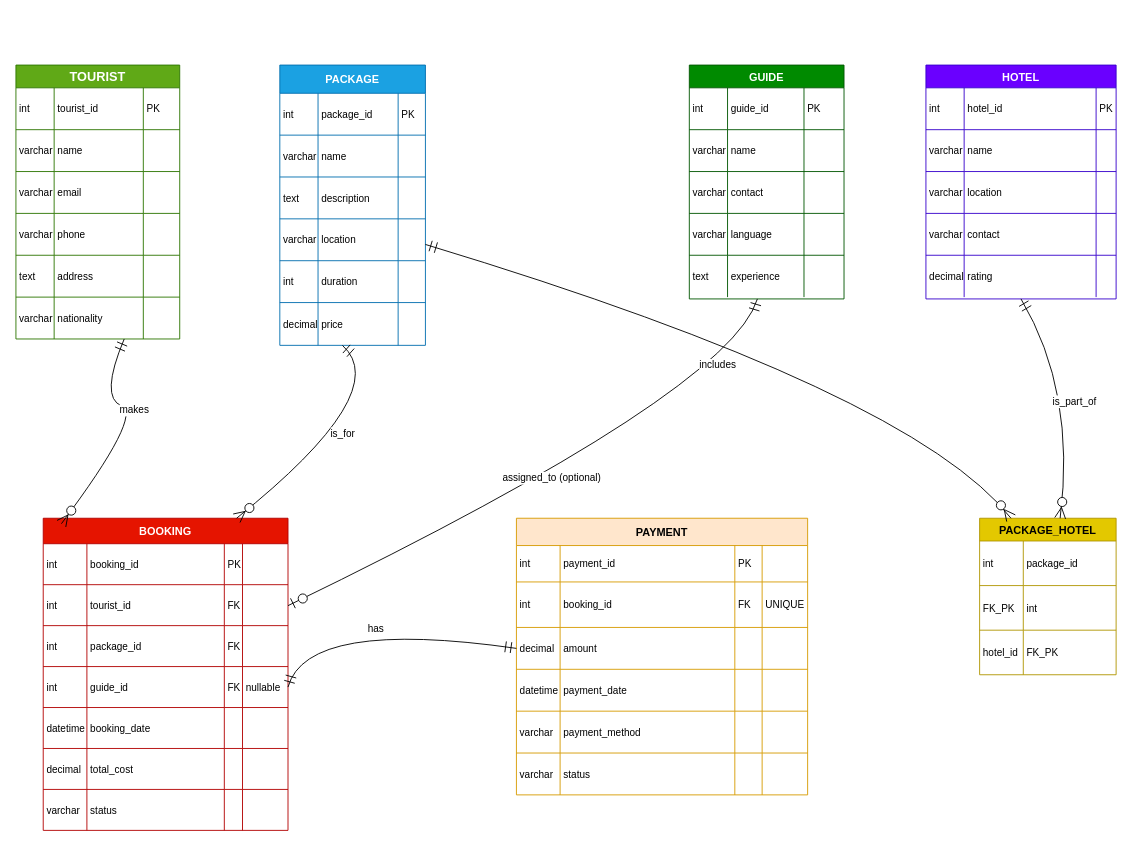
Above: JAVA-PROJECT-main/com/tourism/ER_Diagram.drawio in AlazarNega-eng/JAVA-PROJECT (draw.io), before the change. Source tidied: cells renumbered, new cells numbered last; positions are measured from the earlier drawing's top-left corner, leaving out a move shared by most shapes. Both pictures are drawn from the tidied source at 91%, with x=0, y=0 at pixel (15, 65).
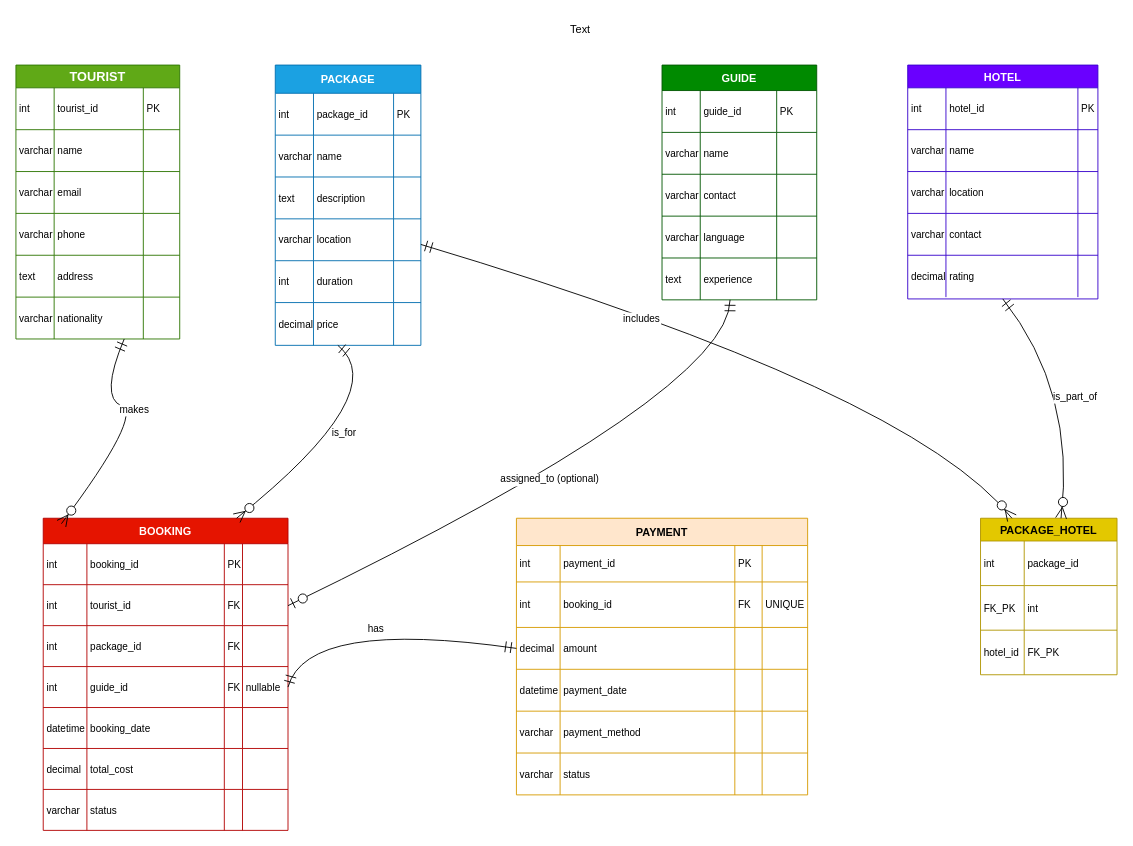
Above is the later version.

The edit, as a diff of the source:
```diff
@@
     <mxCell id="27" value="PACKAGE" style="shape=table;startSize=31;childLayout=tableLayout;rowLines=1;fontStyle=1;align=center;fillColor=#1ba1e2;fontColor=#ffffff;strokeColor=#006EAF;" parent="1" vertex="1">
-      <mxGeometry x="290" width="160" height="308" as="geometry" />
+      <mxGeometry x="285" width="160" height="308" as="geometry" />
     </mxCell>
@@
-    <mxCell id="52" value="GUIDE" style="shape=table;startSize=25;childLayout=tableLayout;rowLines=1;fontStyle=1;align=center;fillColor=#008a00;fontColor=#ffffff;strokeColor=#005700;" parent="1" vertex="1">
-      <mxGeometry x="740" width="170" height="257" as="geometry" />
+    <mxCell id="52" value="GUIDE" style="shape=table;startSize=28;childLayout=tableLayout;rowLines=1;fontStyle=1;align=center;fillColor=#008a00;fontColor=#ffffff;strokeColor=#005700;" parent="1" vertex="1">
+      <mxGeometry x="710" width="170" height="258" as="geometry" />
     </mxCell>
     <mxCell id="53" style="shape=tableRow;horizontal=0;startSize=0;swimlaneHead=0;swimlaneBody=0;fillColor=none;top=0;left=0;right=0;bottom=0;" parent="52" vertex="1">
-      <mxGeometry y="25" width="170" height="46" as="geometry" />
+      <mxGeometry y="28" width="170" height="46" as="geometry" />
     </mxCell>
@@
     <mxCell id="57" style="shape=tableRow;horizontal=0;startSize=0;swimlaneHead=0;swimlaneBody=0;fillColor=none;top=0;left=0;right=0;bottom=0;" parent="52" vertex="1">
-      <mxGeometry y="71" width="170" height="46" as="geometry" />
+      <mxGeometry y="74" width="170" height="46" as="geometry" />
     </mxCell>
@@
     <mxCell id="61" style="shape=tableRow;horizontal=0;startSize=0;swimlaneHead=0;swimlaneBody=0;fillColor=none;top=0;left=0;right=0;bottom=0;" parent="52" vertex="1">
-      <mxGeometry y="117" width="170" height="46" as="geometry" />
+      <mxGeometry y="120" width="170" height="46" as="geometry" />
     </mxCell>
@@
     <mxCell id="65" style="shape=tableRow;horizontal=0;startSize=0;swimlaneHead=0;swimlaneBody=0;fillColor=none;top=0;left=0;right=0;bottom=0;" parent="52" vertex="1">
-      <mxGeometry y="163" width="170" height="46" as="geometry" />
+      <mxGeometry y="166" width="170" height="46" as="geometry" />
     </mxCell>
@@
     <mxCell id="69" style="shape=tableRow;horizontal=0;startSize=0;swimlaneHead=0;swimlaneBody=0;fillColor=none;top=0;left=0;right=0;bottom=0;" parent="52" vertex="1">
-      <mxGeometry y="209" width="170" height="46" as="geometry" />
+      <mxGeometry y="212" width="170" height="46" as="geometry" />
     </mxCell>
@@
     <mxCell id="73" value="HOTEL" style="shape=table;startSize=25;childLayout=tableLayout;rowLines=1;fontStyle=1;align=center;fillColor=#6a00ff;fontColor=#ffffff;strokeColor=#3700CC;" parent="1" vertex="1">
-      <mxGeometry x="1000" width="209" height="257" as="geometry" />
+      <mxGeometry x="980" width="209" height="257" as="geometry" />
     </mxCell>
@@
     <mxCell id="161" value="PACKAGE_HOTEL" style="shape=table;startSize=25;childLayout=tableLayout;rowLines=1;fontStyle=1;align=center;fillColor=#e3c800;fontColor=#000000;strokeColor=#B09500;" parent="1" vertex="1">
-      <mxGeometry x="1059" y="498" width="150" height="172" as="geometry" />
+      <mxGeometry x="1060" y="498" width="150" height="172" as="geometry" />
     </mxCell>
@@
     <mxCell id="175" value="includes" style="curved=1;startArrow=ERmandOne;startSize=10;endArrow=ERzeroToMany;endSize=10;exitX=1;exitY=0.64;entryX=0.23;entryY=0;rounded=0;" parent="1" edge="1" source="27" target="161">
-      <mxGeometry x="-0.06" y="-33" relative="1" as="geometry">
+      <mxGeometry x="-0.31" y="-8" relative="1" as="geometry">
         <Array as="points">
           <mxPoint x="985" y="359" />
         </Array>
       </mxGeometry>
     </mxCell>
@@
+    <mxCell id="177" value="Text" style="text;html=1;align=center;verticalAlign=middle;strokeColor=none;fillColor=none;" parent="1" vertex="1">
+      <mxGeometry x="595" y="-54" width="50" height="30" as="geometry" />
+    </mxCell>
```
